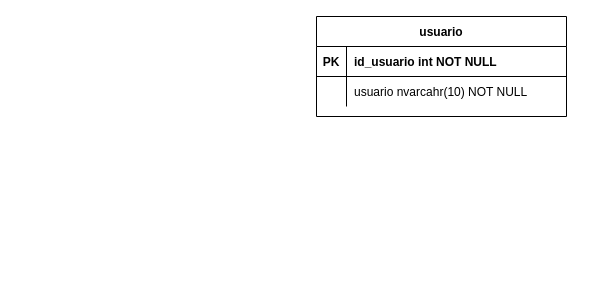
The draw.io diagram Diagramas/EntidadRelacion.drawio in Cicery/ProyectoTallerMecanico, before the edit. Source tidied: cells renumbered, new cells numbered last; positions are measured from the earlier drawing's top-left corner, leaving out a move shared by most shapes. Both pictures are drawn from the tidied source at 100%, with x=0, y=0 at pixel (316, 16).
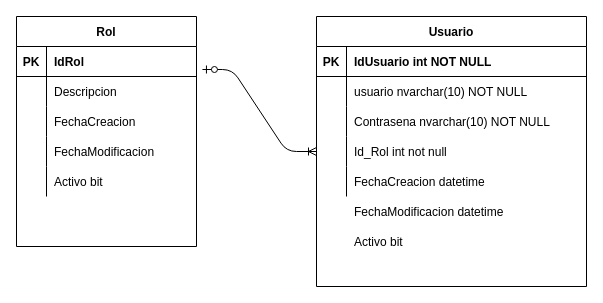
The same page after the edit.

The edit, as a diff of the source:
```diff
@@
-    <mxCell id="2" value="usuario" style="shape=table;startSize=30;childLayout=tableLayout;rowLines=0;fontStyle=1;align=center;" parent="1" vertex="1">
-      <mxGeometry width="250" height="100" as="geometry" />
+    <mxCell id="2" value="Usuario" style="shape=table;startSize=30;childLayout=tableLayout;rowLines=0;fontStyle=1;align=center;" parent="1" vertex="1">
+      <mxGeometry width="270" height="270" as="geometry" />
     </mxCell>
     <mxCell id="3" style="shape=partialRectangle;fillColor=none;top=0;left=0;right=0;bottom=1;" parent="2" vertex="1">
-      <mxGeometry y="30" width="250" height="30" as="geometry" />
+      <mxGeometry y="30" width="270" height="30" as="geometry" />
     </mxCell>
@@
-    <mxCell id="5" value="id_usuario int NOT NULL " style="shape=partialRectangle;overflow=hidden;fillColor=none;top=0;left=0;bottom=0;right=0;align=left;spacingLeft=6;fontStyle=1;" parent="3" vertex="1">
-      <mxGeometry x="30" width="220" height="30" as="geometry" />
+    <mxCell id="5" value="IdUsuario int NOT NULL " style="shape=partialRectangle;overflow=hidden;fillColor=none;top=0;left=0;bottom=0;right=0;align=left;spacingLeft=6;fontStyle=1;" parent="3" vertex="1">
+      <mxGeometry x="30" width="240" height="30" as="geometry" />
     </mxCell>
     <mxCell id="6" style="shape=partialRectangle;fillColor=none;top=0;left=0;right=0;bottom=0;" parent="2" vertex="1">
-      <mxGeometry y="60" width="250" height="30" as="geometry" />
+      <mxGeometry y="60" width="270" height="30" as="geometry" />
     </mxCell>
@@
-    <mxCell id="8" value="usuario nvarcahr(10) NOT NULL" style="shape=partialRectangle;overflow=hidden;fillColor=none;top=0;left=0;bottom=0;right=0;align=left;spacingLeft=6;" parent="6" vertex="1">
-      <mxGeometry x="30" width="220" height="30" as="geometry" />
+    <mxCell id="8" value="usuario nvarchar(10) NOT NULL" style="shape=partialRectangle;overflow=hidden;fillColor=none;top=0;left=0;bottom=0;right=0;align=left;spacingLeft=6;" parent="6" vertex="1">
+      <mxGeometry x="30" width="240" height="30" as="geometry" />
     </mxCell>
+    <mxCell id="9" style="shape=partialRectangle;fillColor=none;top=0;left=0;right=0;bottom=0;" parent="2" vertex="1">
+      <mxGeometry y="90" width="270" height="30" as="geometry" />
+    </mxCell>
+    <mxCell id="10" style="shape=partialRectangle;overflow=hidden;fillColor=none;top=0;left=0;bottom=0;right=0;" parent="9" vertex="1">
+      <mxGeometry width="30" height="30" as="geometry" />
+    </mxCell>
+    <mxCell id="11" value="Contrasena nvarchar(10) NOT NULL" style="shape=partialRectangle;overflow=hidden;fillColor=none;top=0;left=0;bottom=0;right=0;align=left;spacingLeft=6;" parent="9" vertex="1">
+      <mxGeometry x="30" width="240" height="30" as="geometry" />
+    </mxCell>
+    <mxCell id="12" style="shape=partialRectangle;fillColor=none;points=[[0,0.5],[1,0.5]];portConstraint=eastwest;top=0;left=0;right=0;bottom=0;" parent="2" vertex="1">
+      <mxGeometry y="120" width="270" height="30" as="geometry" />
+    </mxCell>
+    <mxCell id="13" style="shape=partialRectangle;overflow=hidden;fillColor=none;top=0;left=0;bottom=0;right=0;" parent="12" vertex="1">
+      <mxGeometry width="30" height="30" as="geometry" />
+    </mxCell>
+    <mxCell id="14" value="Id_Rol int not null" style="shape=partialRectangle;overflow=hidden;fillColor=none;top=0;left=0;bottom=0;right=0;align=left;spacingLeft=6;" parent="12" vertex="1">
+      <mxGeometry x="30" width="240" height="30" as="geometry" />
+    </mxCell>
+    <mxCell id="15" style="shape=partialRectangle;fillColor=none;top=0;left=0;right=0;bottom=0;" parent="2" vertex="1">
+      <mxGeometry y="150" width="270" height="30" as="geometry" />
+    </mxCell>
+    <mxCell id="16" style="shape=partialRectangle;overflow=hidden;fillColor=none;top=0;left=0;bottom=0;right=0;" parent="15" vertex="1">
+      <mxGeometry width="30" height="30" as="geometry" />
+    </mxCell>
+    <mxCell id="17" value="FechaCreacion datetime" style="shape=partialRectangle;overflow=hidden;fillColor=none;top=0;left=0;bottom=0;right=0;align=left;spacingLeft=6;" parent="15" vertex="1">
+      <mxGeometry x="30" width="240" height="30" as="geometry" />
+    </mxCell>
+    <mxCell id="18" value="Rol" style="shape=table;startSize=30;childLayout=tableLayout;rowLines=0;fontStyle=1;align=center;" parent="1" vertex="1">
+      <mxGeometry x="-300" width="180" height="230" as="geometry" />
+    </mxCell>
+    <mxCell id="19" style="shape=partialRectangle;fillColor=none;top=0;left=0;bottom=1;right=0;points=[[0,0.5],[1,0.5]];portConstraint=eastwest;" parent="18" vertex="1">
+      <mxGeometry y="30" width="180" height="30" as="geometry" />
+    </mxCell>
+    <mxCell id="20" value="PK" style="shape=partialRectangle;fillColor=none;top=0;left=0;bottom=0;right=0;fontStyle=1;overflow=hidden;" parent="19" vertex="1">
+      <mxGeometry width="30" height="30" as="geometry" />
+    </mxCell>
+    <mxCell id="21" value="IdRol" style="shape=partialRectangle;fillColor=none;top=0;left=0;bottom=0;right=0;align=left;spacingLeft=6;fontStyle=1;overflow=hidden;" parent="19" vertex="1">
+      <mxGeometry x="30" width="150" height="30" as="geometry" />
+    </mxCell>
+    <mxCell id="22" style="shape=partialRectangle;fillColor=none;top=0;left=0;bottom=0;right=0;" parent="18" vertex="1">
+      <mxGeometry y="60" width="180" height="30" as="geometry" />
+    </mxCell>
+    <mxCell id="23" style="shape=partialRectangle;fillColor=none;top=0;left=0;bottom=0;right=0;overflow=hidden;" parent="22" vertex="1">
+      <mxGeometry width="30" height="30" as="geometry" />
+    </mxCell>
+    <mxCell id="24" value="Descripcion" style="shape=partialRectangle;fillColor=none;top=0;left=0;bottom=0;right=0;align=left;spacingLeft=6;overflow=hidden;" parent="22" vertex="1">
+      <mxGeometry x="30" width="150" height="30" as="geometry" />
+    </mxCell>
+    <mxCell id="25" style="shape=partialRectangle;fillColor=none;top=0;left=0;bottom=0;right=0;" parent="18" vertex="1">
+      <mxGeometry y="90" width="180" height="30" as="geometry" />
+    </mxCell>
+    <mxCell id="26" style="shape=partialRectangle;fillColor=none;top=0;left=0;bottom=0;right=0;overflow=hidden;" parent="25" vertex="1">
+      <mxGeometry width="30" height="30" as="geometry" />
+    </mxCell>
+    <mxCell id="27" value="FechaCreacion" style="shape=partialRectangle;fillColor=none;top=0;left=0;bottom=0;right=0;align=left;spacingLeft=6;overflow=hidden;" parent="25" vertex="1">
+      <mxGeometry x="30" width="150" height="30" as="geometry" />
+    </mxCell>
+    <mxCell id="28" style="shape=partialRectangle;fillColor=none;top=0;left=0;bottom=0;right=0;" parent="18" vertex="1">
+      <mxGeometry y="120" width="180" height="30" as="geometry" />
+    </mxCell>
+    <mxCell id="29" style="shape=partialRectangle;fillColor=none;top=0;left=0;bottom=0;right=0;overflow=hidden;" parent="28" vertex="1">
+      <mxGeometry width="30" height="30" as="geometry" />
+    </mxCell>
+    <mxCell id="30" value="FechaModificacion" style="shape=partialRectangle;fillColor=none;top=0;left=0;bottom=0;right=0;align=left;spacingLeft=6;overflow=hidden;" parent="28" vertex="1">
+      <mxGeometry x="30" width="150" height="30" as="geometry" />
+    </mxCell>
+    <mxCell id="31" style="shape=partialRectangle;fillColor=none;top=0;left=0;bottom=0;right=0;" parent="18" vertex="1">
+      <mxGeometry y="150" width="180" height="30" as="geometry" />
+    </mxCell>
+    <mxCell id="32" style="shape=partialRectangle;fillColor=none;top=0;left=0;bottom=0;right=0;overflow=hidden;" parent="31" vertex="1">
+      <mxGeometry width="30" height="30" as="geometry" />
+    </mxCell>
+    <mxCell id="33" value="Activo bit" style="shape=partialRectangle;fillColor=none;top=0;left=0;bottom=0;right=0;align=left;spacingLeft=6;overflow=hidden;" parent="31" vertex="1">
+      <mxGeometry x="30" width="150" height="30" as="geometry" />
+    </mxCell>
+    <mxCell id="34" style="shape=partialRectangle;overflow=hidden;fillColor=none;top=0;left=0;bottom=0;right=0;" parent="1" vertex="1">
+      <mxGeometry x="-200" y="150" width="30" height="30" as="geometry" />
+    </mxCell>
+    <mxCell id="35" style="shape=partialRectangle;fillColor=none;top=0;left=0;bottom=0;right=0;overflow=hidden;" parent="1" vertex="1">
+      <mxGeometry x="150" y="220" width="30" height="30" as="geometry" />
+    </mxCell>
+    <mxCell id="36" style="shape=partialRectangle;overflow=hidden;fillColor=none;top=0;left=0;bottom=0;right=0;" parent="1" vertex="1">
+      <mxGeometry x="-200" y="180" width="30" height="30" as="geometry" />
+    </mxCell>
+    <mxCell id="37" style="edgeStyle=entityRelationEdgeStyle;fontSize=12;html=1;endArrow=ERoneToMany;startArrow=ERzeroToOne;exitX=1.033;exitY=0.767;exitDx=0;exitDy=0;exitPerimeter=0;" parent="1" edge="1" source="19" target="12">
+      <mxGeometry relative="1" as="geometry" />
+    </mxCell>
+    <mxCell id="38" style="shape=partialRectangle;fillColor=none;top=0;left=0;right=0;bottom=0;" parent="1" vertex="1">
+      <mxGeometry y="180" width="270" height="30" as="geometry" />
+    </mxCell>
+    <mxCell id="39" style="shape=partialRectangle;overflow=hidden;fillColor=none;top=0;left=0;bottom=0;right=0;" parent="38" vertex="1">
+      <mxGeometry width="30" height="30" as="geometry" />
+    </mxCell>
+    <mxCell id="40" value="FechaModificacion datetime" style="shape=partialRectangle;overflow=hidden;fillColor=none;top=0;left=0;bottom=0;right=0;align=left;spacingLeft=6;" parent="38" vertex="1">
+      <mxGeometry x="30" width="240" height="30" as="geometry" />
+    </mxCell>
+    <mxCell id="41" style="shape=partialRectangle;fillColor=none;top=0;left=0;right=0;bottom=0;" parent="1" vertex="1">
+      <mxGeometry y="210" width="270" height="30" as="geometry" />
+    </mxCell>
+    <mxCell id="42" style="shape=partialRectangle;overflow=hidden;fillColor=none;top=0;left=0;bottom=0;right=0;" parent="41" vertex="1">
+      <mxGeometry width="30" height="30" as="geometry" />
+    </mxCell>
+    <mxCell id="43" value="Activo bit" style="shape=partialRectangle;overflow=hidden;fillColor=none;top=0;left=0;bottom=0;right=0;align=left;spacingLeft=6;" parent="41" vertex="1">
+      <mxGeometry x="30" width="240" height="30" as="geometry" />
+    </mxCell>
```
